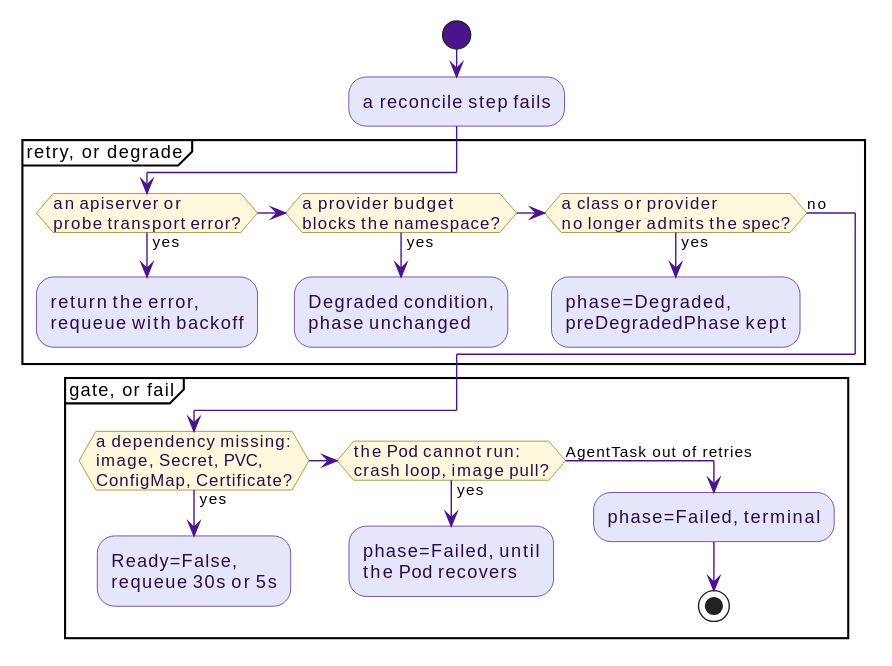
Above: docs/src/diagrams/controller-error-buckets.svg in win07xp/kaalm (PlantUML), before the change.
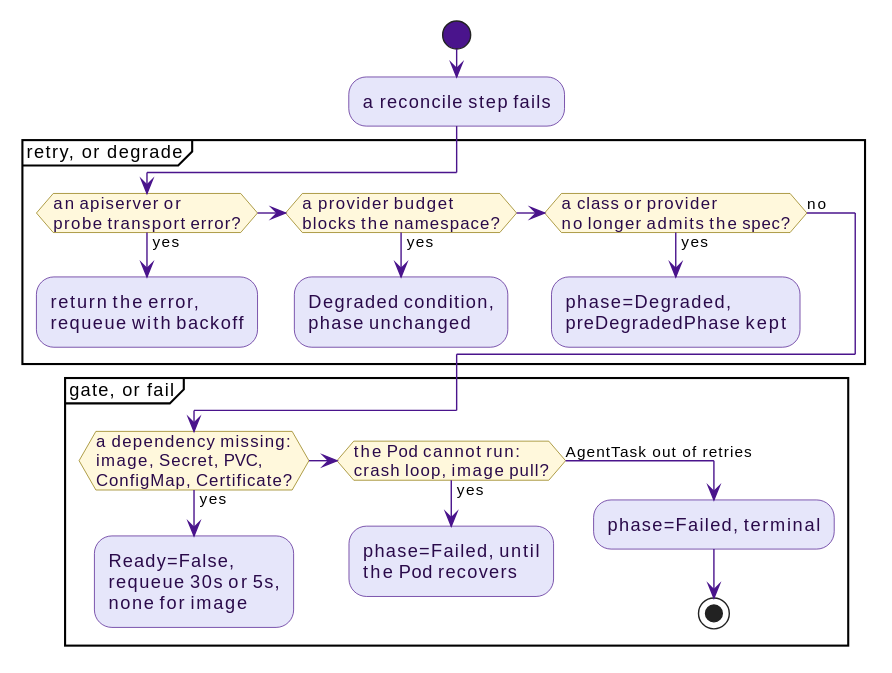
After the change.

Diff of the diagram source:
```diff
@@ -20,7 +20,7 @@
 
 partition "gate, or fail" {
   if (a dependency missing:\nimage, Secret, PVC,\nConfigMap, Certificate?) then (yes)
-    :Ready=False,\nrequeue 30s or 5s;
+    :Ready=False,\nrequeue 30s or 5s,\nnone for image;
     kill
   elseif (the Pod cannot run:\ncrash loop, image pull?) then (yes)
     :phase=Failed, until\nthe Pod recovers;
```
